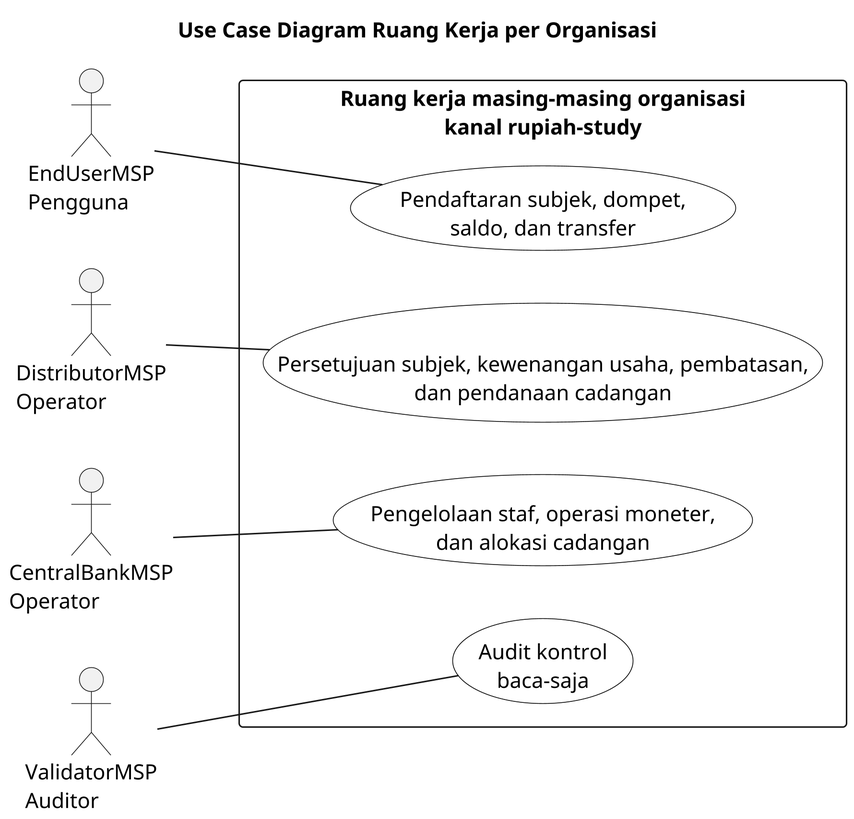
This is thesis/contents/chapter-3/controls-study-use-case.png from mfachrizalg/bi-coin, a PlantUML export, as it was before one commit.
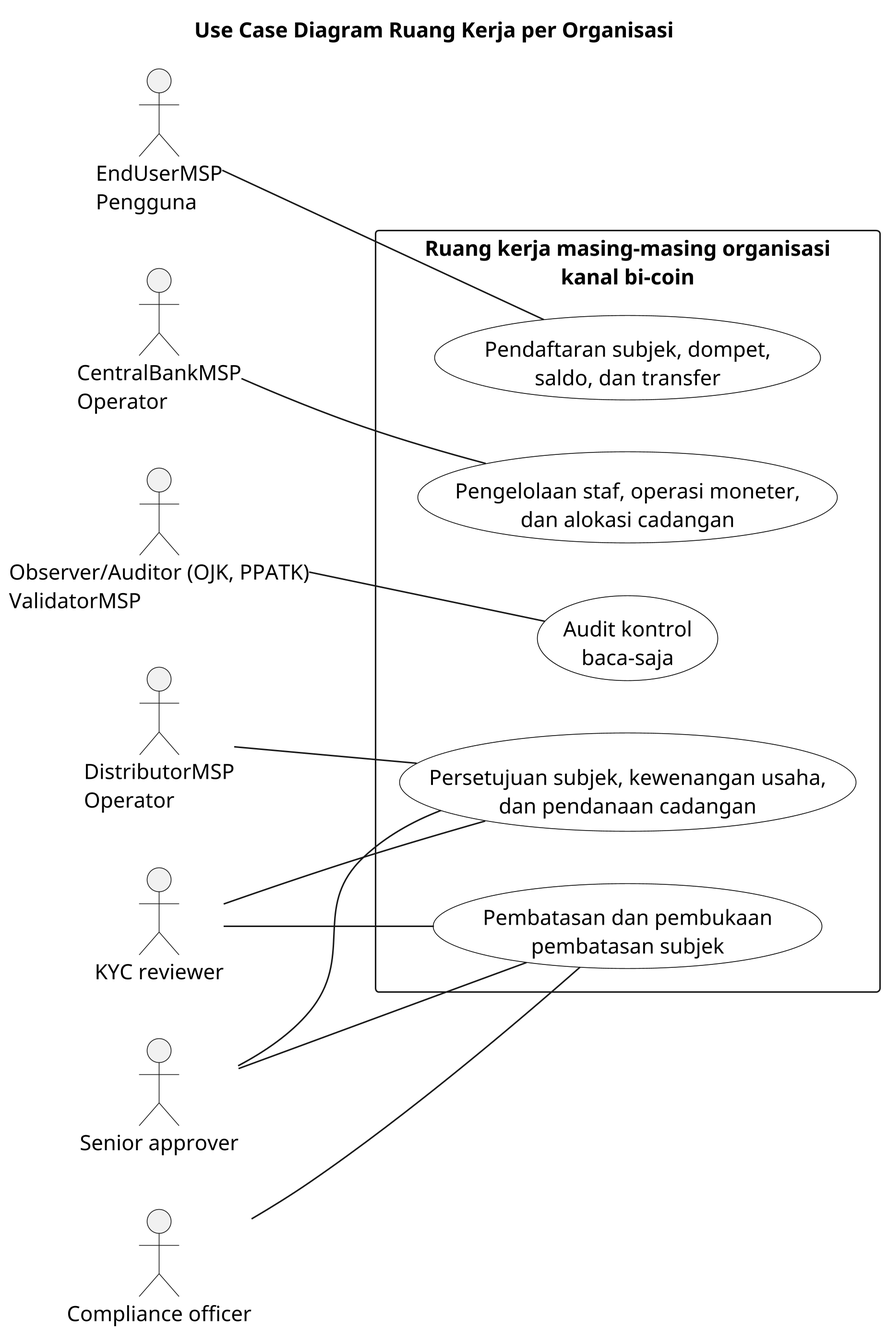
After the commit.

Change to the diagram source:
```diff
@@ -15,11 +15,15 @@
 actor "EndUserMSP\nPengguna" as EndUser
 actor "DistributorMSP\nOperator" as Distributor
 actor "CentralBankMSP\nOperator" as CentralBank
-actor "ValidatorMSP\nAuditor" as Validator
+actor "Observer/Auditor (OJK, PPATK)\nValidatorMSP" as Validator
+actor "KYC reviewer" as KycReviewer
+actor "Senior approver" as SeniorApprover
+actor "Compliance officer" as ComplianceOfficer
 
-rectangle "Ruang kerja masing-masing organisasi\nkanal rupiah-study" {
+rectangle "Ruang kerja masing-masing organisasi\nkanal bi-coin" {
   usecase "Pendaftaran subjek, dompet,\nsaldo, dan transfer" as EndUserUC
-  usecase "Persetujuan subjek, kewenangan usaha, pembatasan,\ndan pendanaan cadangan" as DistributorUC
+  usecase "Persetujuan subjek, kewenangan usaha,\ndan pendanaan cadangan" as DistributorUC
+  usecase "Pembatasan dan pembukaan\npembatasan subjek" as RestrictionUC
   usecase "Pengelolaan staf, operasi moneter,\ndan alokasi cadangan" as CentralBankUC
   usecase "Audit kontrol\nbaca-saja" as ValidatorUC
 }
@@ -28,5 +32,10 @@
 Distributor -- DistributorUC
 CentralBank -- CentralBankUC
 Validator -- ValidatorUC
+KycReviewer -- DistributorUC
+SeniorApprover -- DistributorUC
+KycReviewer -- RestrictionUC
+SeniorApprover -- RestrictionUC
+ComplianceOfficer -- RestrictionUC
 
 @enduml
```
